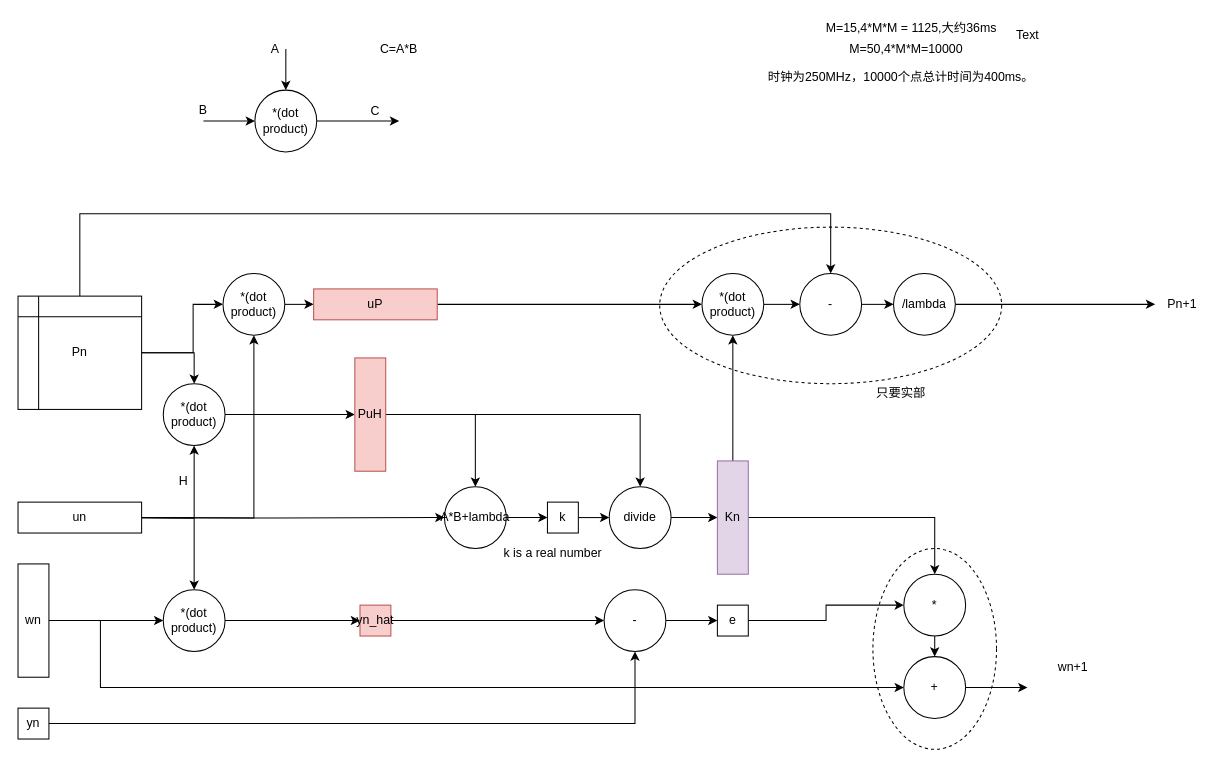
The draw.io diagram rls_n.drawio in Momenttt/hellogithub, before the edit. Source tidied: cells renumbered, new cells numbered last; positions are measured from the earlier drawing's top-left corner, leaving out a move shared by most shapes. Both pictures are drawn from the tidied source at 103%, with x=0, y=0 at pixel (18, 18).
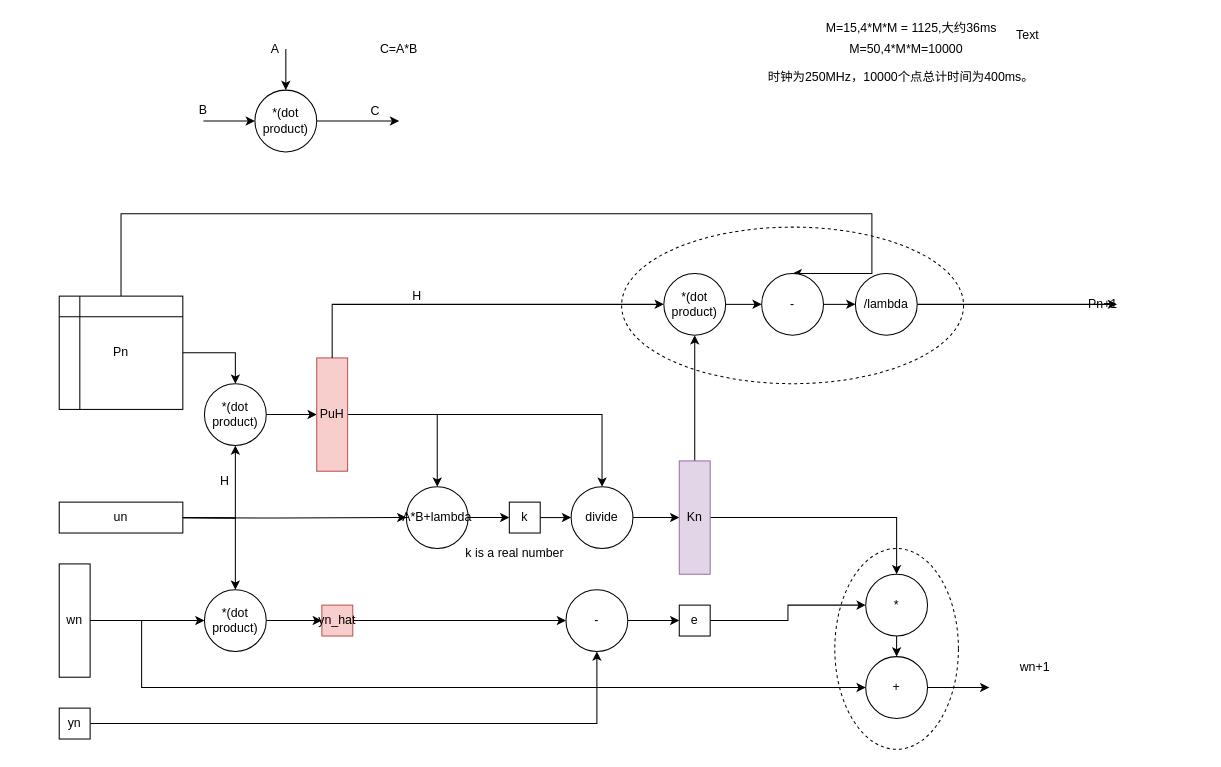
Above is the later version.

What changed in the source:
```diff
@@
     <mxCell id="3" value="yn" style="rounded=0;whiteSpace=wrap;html=1;" parent="1" vertex="1">
-      <mxGeometry y="670" width="30" height="30" as="geometry" />
+      <mxGeometry x="40" y="670" width="30" height="30" as="geometry" />
     </mxCell>
@@
     <mxCell id="5" value="-" style="ellipse;whiteSpace=wrap;html=1;" parent="1" vertex="1">
-      <mxGeometry x="569" y="555" width="60" height="60" as="geometry" />
+      <mxGeometry x="532" y="555" width="60" height="60" as="geometry" />
     </mxCell>
     <mxCell id="6" style="edgeStyle=orthogonalEdgeStyle;rounded=0;jettySize=auto;html=1;exitX=1;exitY=0.5;exitDx=0;exitDy=0;" parent="1" edge="1" target="18">
       <mxGeometry relative="1" as="geometry">
-        <mxPoint x="91" y="485" as="sourcePoint" />
+        <mxPoint x="131" y="485" as="sourcePoint" />
       </mxGeometry>
     </mxCell>
     <mxCell id="7" style="edgeStyle=orthogonalEdgeStyle;rounded=0;jettySize=auto;html=1;exitX=1;exitY=0.5;exitDx=0;exitDy=0;entryX=0.5;entryY=1;entryDx=0;entryDy=0;" parent="1" edge="1" target="24">
       <mxGeometry relative="1" as="geometry">
-        <mxPoint x="91" y="485" as="sourcePoint" />
+        <mxPoint x="131" y="485" as="sourcePoint" />
       </mxGeometry>
     </mxCell>
-    <mxCell id="8" style="edgeStyle=orthogonalEdgeStyle;rounded=0;jettySize=auto;html=1;exitX=1;exitY=0.5;exitDx=0;exitDy=0;entryX=0.5;entryY=1;entryDx=0;entryDy=0;" parent="1" edge="1" target="30">
-      <mxGeometry relative="1" as="geometry">
-        <mxPoint x="91" y="485" as="sourcePoint" />
-      </mxGeometry>
-    </mxCell>
     <mxCell id="9" style="edgeStyle=orthogonalEdgeStyle;rounded=0;jettySize=auto;html=1;exitX=1;exitY=0.5;exitDx=0;exitDy=0;entryX=0;entryY=0.5;entryDx=0;entryDy=0;" parent="1" edge="1" target="20">
       <mxGeometry relative="1" as="geometry">
-        <mxPoint x="91" y="485" as="sourcePoint" />
+        <mxPoint x="131" y="485" as="sourcePoint" />
       </mxGeometry>
     </mxCell>
     <mxCell id="10" value="un" style="rounded=0;whiteSpace=wrap;html=1;" parent="1" vertex="1">
-      <mxGeometry y="470" width="120" height="30" as="geometry" />
+      <mxGeometry x="40" y="470" width="120" height="30" as="geometry" />
     </mxCell>
@@
     <mxCell id="12" style="edgeStyle=orthogonalEdgeStyle;rounded=0;jettySize=auto;html=1;exitX=1;exitY=0.5;exitDx=0;exitDy=0;" parent="1" edge="1" source="13" target="59">
       <mxGeometry relative="1" as="geometry">
         <Array as="points">
-          <mxPoint x="80" y="585" />
-          <mxPoint x="80" y="650" />
+          <mxPoint x="120" y="585" />
+          <mxPoint x="120" y="650" />
         </Array>
       </mxGeometry>
     </mxCell>
     <mxCell id="13" value="wn" style="rounded=0;whiteSpace=wrap;html=1;" parent="1" vertex="1">
-      <mxGeometry y="530" width="30" height="110" as="geometry" />
+      <mxGeometry x="40" y="530" width="30" height="110" as="geometry" />
     </mxCell>
     <mxCell id="14" style="edgeStyle=orthogonalEdgeStyle;rounded=0;jettySize=auto;html=1;exitX=1;exitY=0.5;exitDx=0;exitDy=0;entryX=0.5;entryY=0;entryDx=0;entryDy=0;" parent="1" edge="1" target="24">
       <mxGeometry relative="1" as="geometry">
-        <mxPoint x="91" y="325" as="sourcePoint" />
+        <mxPoint x="131" y="325" as="sourcePoint" />
         <Array as="points">
-          <mxPoint x="171" y="325" />
+          <mxPoint x="211" y="325" />
         </Array>
       </mxGeometry>
     </mxCell>
-    <mxCell id="15" style="edgeStyle=orthogonalEdgeStyle;rounded=0;jettySize=auto;html=1;entryX=0;entryY=0.5;entryDx=0;entryDy=0;" parent="1" edge="1" source="68" target="30">
-      <mxGeometry relative="1" as="geometry">
-        <Array as="points">
-          <mxPoint x="170" y="325" />
-          <mxPoint x="170" y="278" />
-        </Array>
-      </mxGeometry>
-    </mxCell>
     <mxCell id="16" style="edgeStyle=orthogonalEdgeStyle;rounded=0;jettySize=auto;html=1;exitX=0.5;exitY=0;exitDx=0;exitDy=0;entryX=0.5;entryY=0;entryDx=0;entryDy=0;" parent="1" edge="1" target="55">
       <mxGeometry relative="1" as="geometry">
-        <mxPoint x="60" y="270" as="sourcePoint" />
+        <mxPoint x="100" y="270" as="sourcePoint" />
         <Array as="points">
-          <mxPoint x="60" y="190" />
-          <mxPoint x="789" y="190" />
+          <mxPoint x="100" y="190" />
+          <mxPoint x="829" y="190" />
         </Array>
       </mxGeometry>
     </mxCell>
@@
     <mxCell id="18" value="*(dot product)" style="ellipse;whiteSpace=wrap;html=1;" parent="1" vertex="1">
-      <mxGeometry x="141" y="555" width="60" height="60" as="geometry" />
+      <mxGeometry x="181" y="555" width="60" height="60" as="geometry" />
     </mxCell>
@@
     <mxCell id="20" value="A*B+lambda" style="ellipse;whiteSpace=wrap;html=1;" parent="1" vertex="1">
-      <mxGeometry x="414" y="455" width="60" height="60" as="geometry" />
+      <mxGeometry x="377" y="455" width="60" height="60" as="geometry" />
     </mxCell>
@@
     <mxCell id="22" value="yn_hat" style="rounded=0;whiteSpace=wrap;html=1;fillColor=#f8cecc;strokeColor=#b85450;" parent="1" vertex="1">
-      <mxGeometry x="332" y="570" width="30" height="30" as="geometry" />
+      <mxGeometry x="295" y="570" width="30" height="30" as="geometry" />
     </mxCell>
@@
     <mxCell id="24" value="*(dot product)" style="ellipse;whiteSpace=wrap;html=1;" parent="1" vertex="1">
-      <mxGeometry x="141" y="355" width="60" height="60" as="geometry" />
+      <mxGeometry x="181" y="355" width="60" height="60" as="geometry" />
     </mxCell>
     <mxCell id="25" value="H" style="text;html=1;strokeColor=none;fillColor=none;align=center;verticalAlign=middle;whiteSpace=wrap;rounded=0;" parent="1" vertex="1">
-      <mxGeometry x="141" y="440" width="40" height="20" as="geometry" />
+      <mxGeometry x="181" y="440" width="40" height="20" as="geometry" />
     </mxCell>
@@
     <mxCell id="28" value="PuH" style="rounded=0;whiteSpace=wrap;html=1;fillColor=#f8cecc;strokeColor=#b85450;" parent="1" vertex="1">
-      <mxGeometry x="327" y="330" width="30" height="110" as="geometry" />
+      <mxGeometry x="290" y="330" width="30" height="110" as="geometry" />
     </mxCell>
-    <mxCell id="29" style="edgeStyle=orthogonalEdgeStyle;rounded=0;jettySize=auto;html=1;exitX=1;exitY=0.5;exitDx=0;exitDy=0;entryX=0;entryY=0.5;entryDx=0;entryDy=0;" parent="1" edge="1" source="30" target="32">
-      <mxGeometry relative="1" as="geometry" />
-    </mxCell>
-    <mxCell id="30" value="*(dot product)" style="ellipse;whiteSpace=wrap;html=1;" parent="1" vertex="1">
-      <mxGeometry x="199" y="248" width="60" height="60" as="geometry" />
-    </mxCell>
-    <mxCell id="31" style="edgeStyle=orthogonalEdgeStyle;rounded=0;jettySize=auto;html=1;exitX=1;exitY=0.5;exitDx=0;exitDy=0;entryX=0;entryY=0.5;entryDx=0;entryDy=0;" parent="1" edge="1" source="32" target="53">
+    <mxCell id="31" style="edgeStyle=orthogonalEdgeStyle;rounded=0;jettySize=auto;html=1;exitX=0.5;exitY=0;exitDx=0;exitDy=0;entryX=0;entryY=0.5;entryDx=0;entryDy=0;" parent="1" edge="1" source="28" target="53">
       <mxGeometry relative="1" as="geometry" />
     </mxCell>
-    <mxCell id="32" value="uP" style="rounded=0;whiteSpace=wrap;html=1;fillColor=#f8cecc;strokeColor=#b85450;" parent="1" vertex="1">
-      <mxGeometry x="287" y="263" width="120" height="30" as="geometry" />
-    </mxCell>
@@
     <mxCell id="34" value="k" style="rounded=0;whiteSpace=wrap;html=1;" parent="1" vertex="1">
-      <mxGeometry x="514" y="470" width="30" height="30" as="geometry" />
+      <mxGeometry x="477" y="470" width="30" height="30" as="geometry" />
     </mxCell>
@@
     <mxCell id="44" value="e" style="rounded=0;whiteSpace=wrap;html=1;" parent="1" vertex="1">
-      <mxGeometry x="679" y="570" width="30" height="30" as="geometry" />
+      <mxGeometry x="642" y="570" width="30" height="30" as="geometry" />
     </mxCell>
@@
     <mxCell id="46" value="divide" style="ellipse;whiteSpace=wrap;html=1;" parent="1" vertex="1">
-      <mxGeometry x="574" y="455" width="60" height="60" as="geometry" />
+      <mxGeometry x="537" y="455" width="60" height="60" as="geometry" />
     </mxCell>
@@
     <mxCell id="49" value="Kn" style="rounded=0;whiteSpace=wrap;html=1;fillColor=#e1d5e7;strokeColor=#9673a6;" parent="1" vertex="1">
-      <mxGeometry x="679" y="430" width="30" height="110" as="geometry" />
+      <mxGeometry x="642" y="430" width="30" height="110" as="geometry" />
     </mxCell>
@@
     <mxCell id="51" value="*" style="ellipse;whiteSpace=wrap;html=1;" parent="1" vertex="1">
-      <mxGeometry x="860" y="540" width="60" height="60" as="geometry" />
+      <mxGeometry x="823" y="540" width="60" height="60" as="geometry" />
     </mxCell>
@@
     <mxCell id="53" value="*(dot product)" style="ellipse;whiteSpace=wrap;html=1;" parent="1" vertex="1">
-      <mxGeometry x="664" y="248" width="60" height="60" as="geometry" />
+      <mxGeometry x="627" y="248" width="60" height="60" as="geometry" />
     </mxCell>
@@
     <mxCell id="55" value="-" style="ellipse;whiteSpace=wrap;html=1;" parent="1" vertex="1">
-      <mxGeometry x="759" y="248" width="60" height="60" as="geometry" />
+      <mxGeometry x="722" y="248" width="60" height="60" as="geometry" />
     </mxCell>
     <mxCell id="56" style="edgeStyle=orthogonalEdgeStyle;rounded=0;jettySize=auto;html=1;exitX=1;exitY=0.5;exitDx=0;exitDy=0;" parent="1" edge="1" source="57">
       <mxGeometry relative="1" as="geometry">
-        <mxPoint x="1104" y="278" as="targetPoint" />
+        <mxPoint x="1067" y="278" as="targetPoint" />
       </mxGeometry>
     </mxCell>
     <mxCell id="57" value="/lambda" style="ellipse;whiteSpace=wrap;html=1;" parent="1" vertex="1">
-      <mxGeometry x="850" y="248" width="60" height="60" as="geometry" />
+      <mxGeometry x="813" y="248" width="60" height="60" as="geometry" />
     </mxCell>
     <mxCell id="58" style="edgeStyle=orthogonalEdgeStyle;rounded=0;jettySize=auto;html=1;exitX=1;exitY=0.5;exitDx=0;exitDy=0;" parent="1" edge="1" source="59">
       <mxGeometry relative="1" as="geometry">
-        <mxPoint x="980" y="650" as="targetPoint" />
+        <mxPoint x="943" y="650" as="targetPoint" />
       </mxGeometry>
     </mxCell>
     <mxCell id="59" value="+" style="ellipse;whiteSpace=wrap;html=1;" parent="1" vertex="1">
-      <mxGeometry x="860" y="620" width="60" height="60" as="geometry" />
+      <mxGeometry x="823" y="620" width="60" height="60" as="geometry" />
     </mxCell>
     <mxCell id="60" value="Pn+1" style="text;html=1;align=center;verticalAlign=middle;" parent="1" vertex="1">
-      <mxGeometry x="1110" y="268" width="40" height="20" as="geometry" />
+      <mxGeometry x="1033" y="268" width="40" height="20" as="geometry" />
     </mxCell>
     <mxCell id="61" value="wn+1" style="text;html=1;align=center;verticalAlign=middle;" parent="1" vertex="1">
-      <mxGeometry x="1004" y="620" width="40" height="20" as="geometry" />
+      <mxGeometry x="967" y="620" width="40" height="20" as="geometry" />
     </mxCell>
@@
     <mxCell id="66" style="ellipse;whiteSpace=wrap;html=1;dashed=1;fillColor=none;gradientColor=#ffffff;" parent="1" vertex="1">
-      <mxGeometry x="623" y="203" width="332" height="152" as="geometry" />
+      <mxGeometry x="586" y="203" width="332" height="152" as="geometry" />
     </mxCell>
     <mxCell id="67" style="ellipse;whiteSpace=wrap;html=1;dashed=1;fillColor=none;gradientColor=#ffffff;" parent="1" vertex="1">
-      <mxGeometry x="830" y="515" width="120" height="195" as="geometry" />
+      <mxGeometry x="793" y="515" width="120" height="195" as="geometry" />
     </mxCell>
     <mxCell id="68" value="Pn" style="shape=internalStorage;whiteSpace=wrap;html=1;backgroundOutline=1;fillColor=#ffffff;gradientColor=#ffffff;" parent="1" vertex="1">
-      <mxGeometry y="270" width="120" height="110" as="geometry" />
+      <mxGeometry x="40" y="270" width="120" height="110" as="geometry" />
     </mxCell>
     <mxCell id="69" value="k is a real number" style="text;html=1;align=center;verticalAlign=middle;" parent="1" vertex="1">
-      <mxGeometry x="464" y="510" width="110" height="20" as="geometry" />
+      <mxGeometry x="427" y="510" width="110" height="20" as="geometry" />
     </mxCell>
-    <mxCell id="70" value="只要实部" style="text;html=1;align=center;verticalAlign=middle;" parent="1" vertex="1">
-      <mxGeometry x="827" y="354" width="60" height="20" as="geometry" />
-    </mxCell>
+    <mxCell id="71" value="H" style="text;html=1;align=center;verticalAlign=middle;" parent="1" vertex="1">
+      <mxGeometry x="377" y="260" width="20" height="20" as="geometry" />
+    </mxCell>
```
